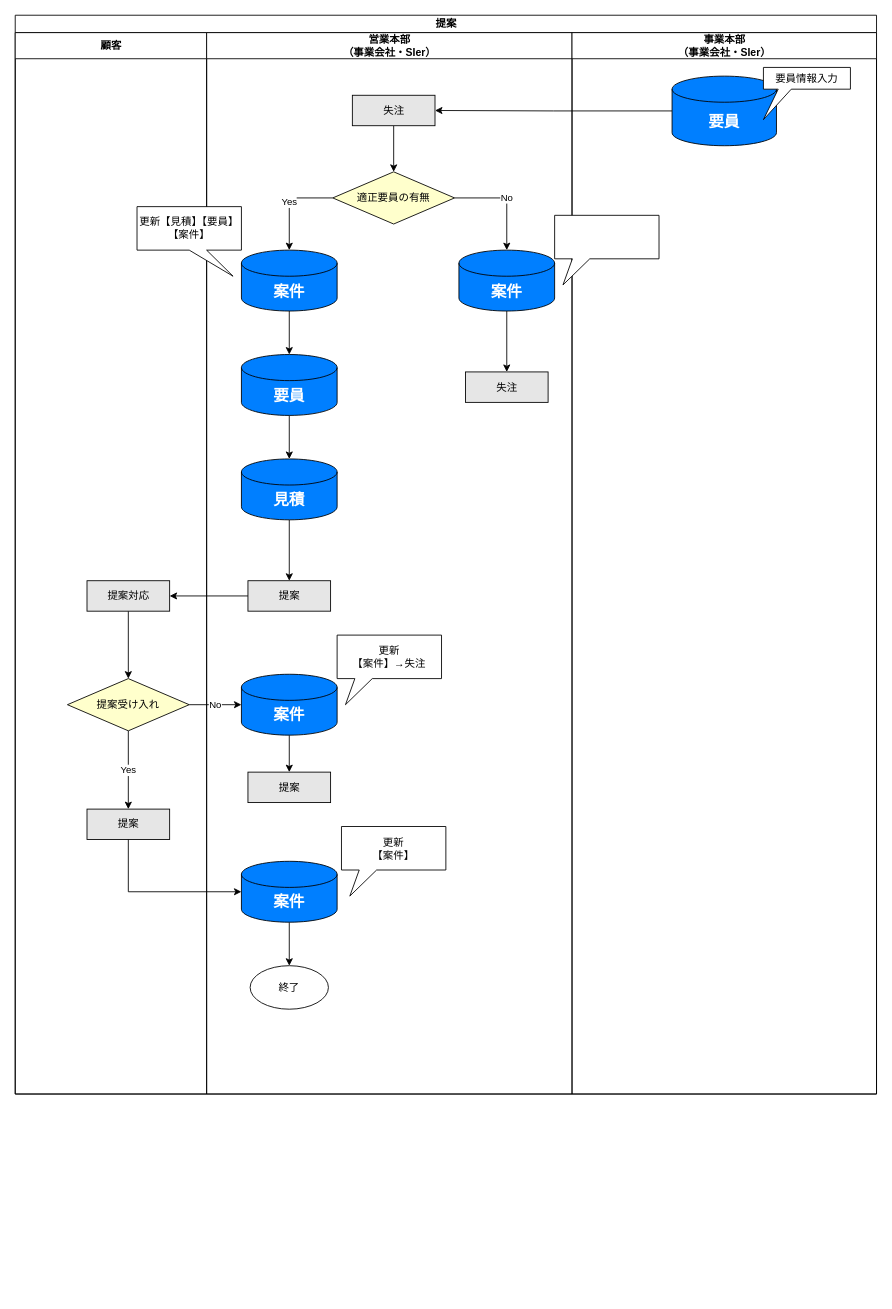
Before: page "提案" (4 of 6) of 20230622To-Be業務フロー図.drawio in TaikiHorita/TaikiRepository, a draw.io diagram. Source tidied: cells renumbered, new cells numbered last; positions are measured from the earlier drawing's top-left corner, leaving out a move shared by most shapes. Both pictures are drawn from the tidied source at 87%, with x=0, y=0 at pixel (15, 15).
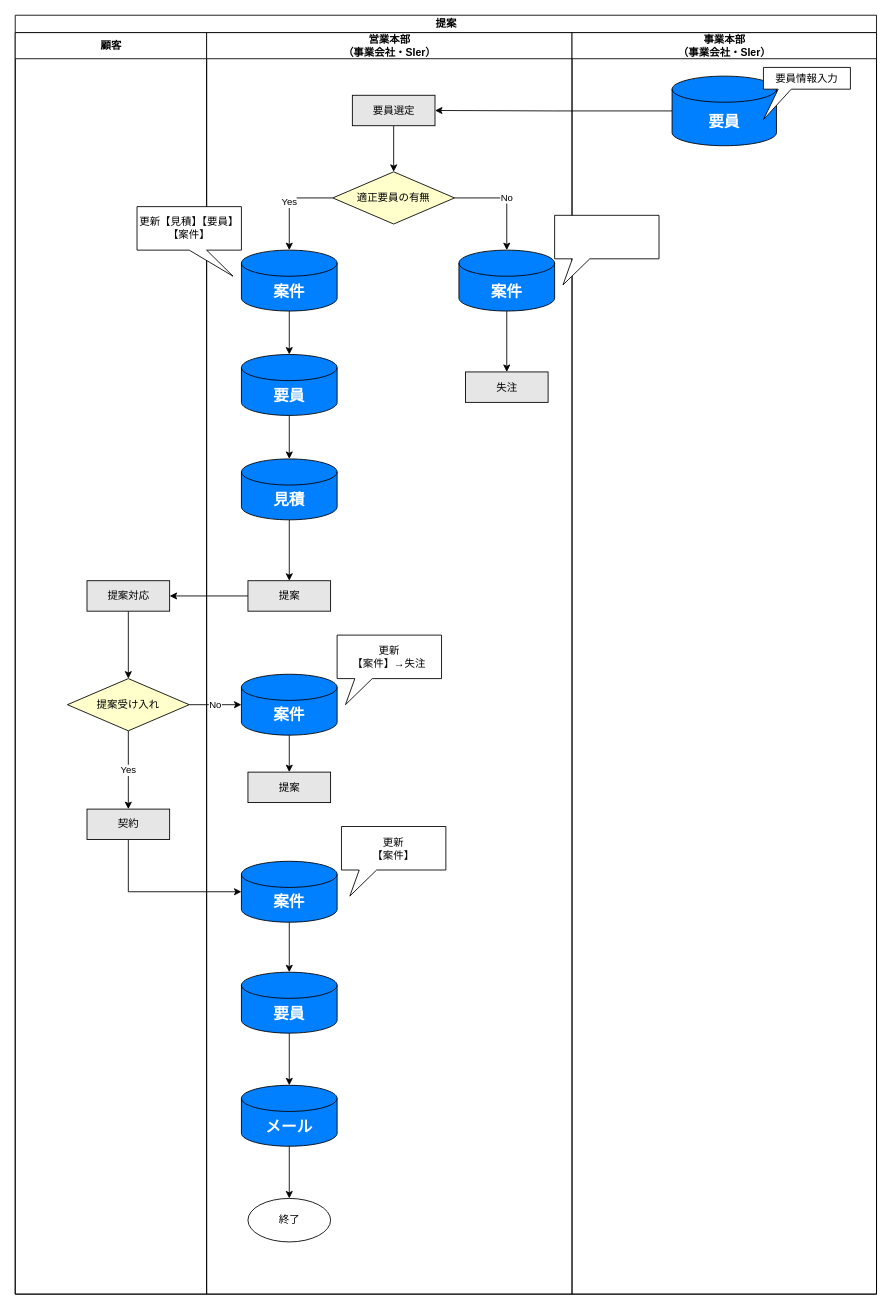
Above is the later version.

Unchanged cells that the change refers to:
```xml
<mxCell id="21" value="&lt;font style=&quot;font-size: 18px;&quot; color=&quot;#ffffff&quot;&gt;&lt;b&gt;案件&lt;/b&gt;&lt;/font&gt;" style="shape=cylinder3;whiteSpace=wrap;html=1;boundedLbl=1;backgroundOutline=1;size=15;fillColor=#007FFF;" parent="9" vertex="1">
  <mxGeometry x="40" y="952.5" width="110" height="70" as="geometry" />
</mxCell>
```

What changed in the source:
```diff
@@
     <mxCell id="2" value="提案" style="swimlane;startSize=20;html=1;" parent="1" vertex="1">
-      <mxGeometry width="990" height="1240" as="geometry" />
+      <mxGeometry width="990" height="1470" as="geometry" />
     </mxCell>
     <mxCell id="3" value="顧客" style="swimlane;startSize=30;html=1;fillColor=#FFFFFF;" parent="2" vertex="1">
-      <mxGeometry y="20" width="220" height="1220" as="geometry" />
+      <mxGeometry y="20" width="220" height="1450" as="geometry" />
     </mxCell>
@@
-    <mxCell id="8" value="提案" style="rounded=0;whiteSpace=wrap;html=1;fillColor=#E6E6E6;" parent="3" vertex="1">
+    <mxCell id="8" value="契約" style="rounded=0;whiteSpace=wrap;html=1;fillColor=#E6E6E6;" parent="3" vertex="1">
       <mxGeometry x="82.5" y="892.5" width="95" height="35" as="geometry" />
     </mxCell>
     <mxCell id="9" value="営業本部&lt;br&gt;（事業会社・SIer）" style="swimlane;startSize=30;html=1;" parent="2" vertex="1">
-      <mxGeometry x="220" y="20" width="420" height="1220" as="geometry" />
+      <mxGeometry x="220" y="20" width="420" height="1450" as="geometry" />
     </mxCell>
@@
-    <mxCell id="20" style="edgeStyle=orthogonalEdgeStyle;rounded=0;jettySize=auto;html=1;exitX=0.5;exitY=1;exitDx=0;exitDy=0;exitPerimeter=0;" parent="9" edge="1" source="21" target="22">
-      <mxGeometry relative="1" as="geometry" />
-    </mxCell>
+    <mxCell id="42" style="edgeStyle=orthogonalEdgeStyle;rounded=0;jettySize=auto;html=1;exitX=0.5;exitY=1;exitDx=0;exitDy=0;exitPerimeter=0;entryX=0.5;entryY=0;entryDx=0;entryDy=0;entryPerimeter=0;" parent="9" edge="1" source="21" target="44">
+      <mxGeometry relative="1" as="geometry" />
+    </mxCell>
@@
-    <mxCell id="22" value="終了" style="ellipse;whiteSpace=wrap;html=1;" parent="9" vertex="1">
-      <mxGeometry x="50" y="1072.5" width="90" height="50" as="geometry" />
-    </mxCell>
@@
-    <mxCell id="33" value="失注" style="rounded=0;whiteSpace=wrap;html=1;fillColor=#E6E6E6;" parent="9" vertex="1">
+    <mxCell id="33" value="要員選定" style="rounded=0;whiteSpace=wrap;html=1;fillColor=#E6E6E6;" parent="9" vertex="1">
       <mxGeometry x="167.5" y="72" width="95" height="35" as="geometry" />
     </mxCell>
+    <mxCell id="43" style="edgeStyle=orthogonalEdgeStyle;rounded=0;jettySize=auto;html=1;exitX=0.5;exitY=1;exitDx=0;exitDy=0;exitPerimeter=0;entryX=0.5;entryY=0;entryDx=0;entryDy=0;entryPerimeter=0;" parent="9" edge="1" source="44" target="46">
+      <mxGeometry relative="1" as="geometry" />
+    </mxCell>
+    <mxCell id="44" value="&lt;font style=&quot;font-size: 18px;&quot; color=&quot;#ffffff&quot;&gt;&lt;b&gt;要員&lt;/b&gt;&lt;/font&gt;" style="shape=cylinder3;whiteSpace=wrap;html=1;boundedLbl=1;backgroundOutline=1;size=15;fillColor=#007FFF;" parent="9" vertex="1">
+      <mxGeometry x="40" y="1080" width="110" height="70" as="geometry" />
+    </mxCell>
+    <mxCell id="45" style="edgeStyle=orthogonalEdgeStyle;rounded=0;jettySize=auto;html=1;exitX=0.5;exitY=1;exitDx=0;exitDy=0;exitPerimeter=0;entryX=0.5;entryY=0;entryDx=0;entryDy=0;" parent="9" edge="1" source="46" target="22">
+      <mxGeometry relative="1" as="geometry" />
+    </mxCell>
+    <mxCell id="46" value="&lt;font color=&quot;#ffffff&quot;&gt;&lt;span style=&quot;font-size: 18px;&quot;&gt;&lt;b&gt;メール&lt;/b&gt;&lt;/span&gt;&lt;/font&gt;" style="shape=cylinder3;whiteSpace=wrap;html=1;boundedLbl=1;backgroundOutline=1;size=15;fillColor=#007FFF;" parent="9" vertex="1">
+      <mxGeometry x="40" y="1210" width="110" height="70" as="geometry" />
+    </mxCell>
+    <mxCell id="22" value="終了" style="ellipse;whiteSpace=wrap;html=1;" parent="9" vertex="1">
+      <mxGeometry x="47.5" y="1340" width="95" height="50" as="geometry" />
+    </mxCell>
@@
     <mxCell id="37" value="事業本部&lt;br&gt;（事業会社・SIer）" style="swimlane;startSize=30;html=1;" parent="2" vertex="1">
-      <mxGeometry x="640" y="20" width="350" height="1220" as="geometry" />
+      <mxGeometry x="640" y="20" width="350" height="1450" as="geometry" />
     </mxCell>
```
